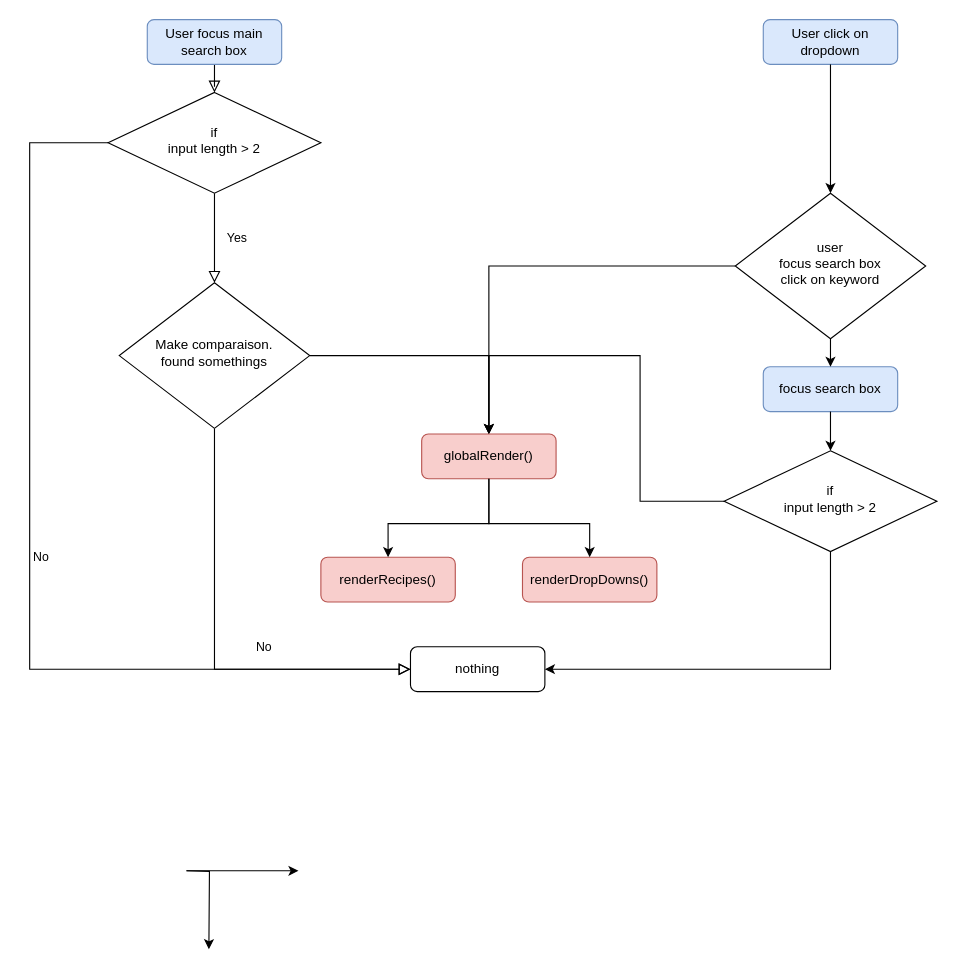
This is Untitled Diagram.drawio from flogus/LesPetitsPlats, a draw.io file, before an edit. Source tidied: cells renumbered, new cells numbered last; positions are measured from the earlier drawing's top-left corner, leaving out a move shared by most shapes. Both pictures are drawn from the tidied source at 112%, with x=0, y=0 at pixel (29, 19).
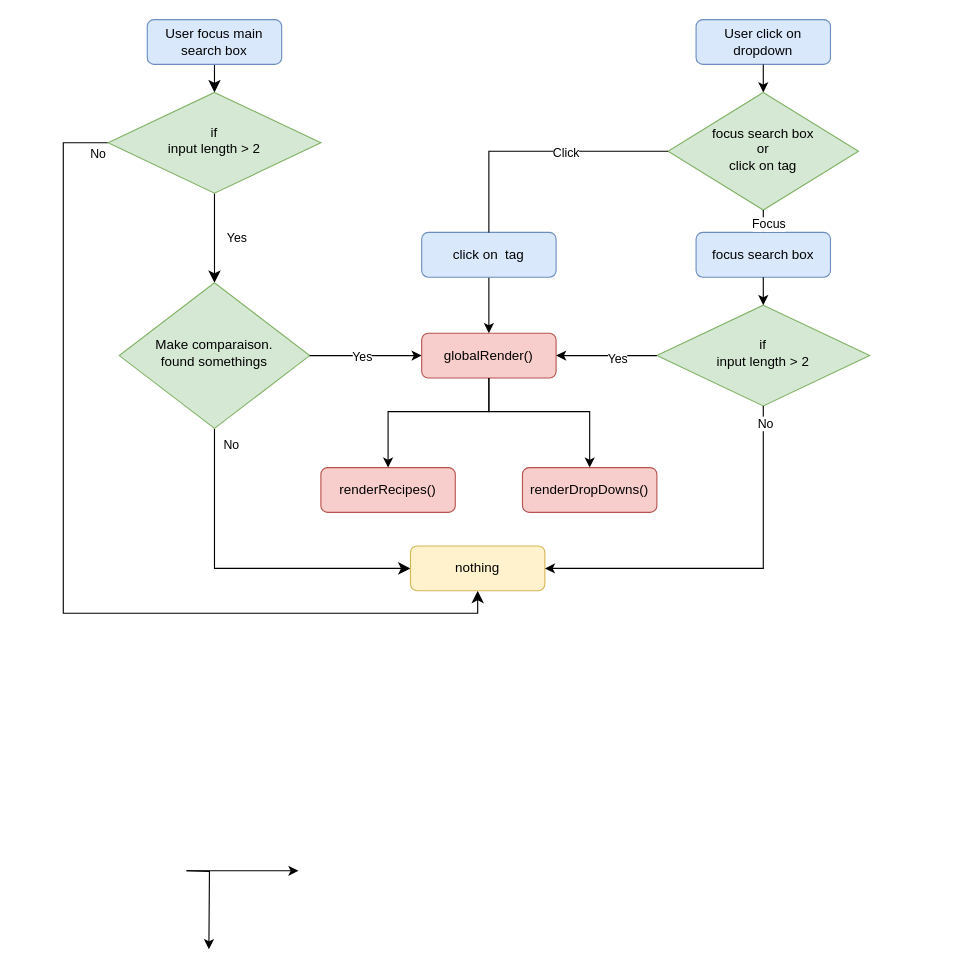
After the change.

Commit message:
Mettre à jour Untitled Diagram.drawio

The change refers to these unchanged cells:
```xml
<mxCell id="3" value="User focus main search box" style="rounded=1;whiteSpace=wrap;html=1;fontSize=12;glass=0;strokeWidth=1;shadow=0;fillColor=#dae8fc;strokeColor=#6c8ebf;" parent="1" vertex="1">
  <mxGeometry x="105" width="120" height="40" as="geometry" />
</mxCell>
<mxCell id="16" style="endArrow=classic;html=1;rounded=0;exitX=0.5;exitY=1;exitDx=0;exitDy=0;" parent="1" edge="1" source="15" target="12">
  <mxGeometry relative="1" as="geometry" />
</mxCell>
<mxCell id="21" style="endArrow=classic;html=1;rounded=0;exitX=0.5;exitY=1;exitDx=0;exitDy=0;entryX=1;entryY=0.5;entryDx=0;entryDy=0;edgeStyle=orthogonalEdgeStyle;" parent="1" edge="1" source="18" target="9">
  <mxGeometry relative="1" as="geometry" />
</mxCell>
```

Diff of the diagram source:
```diff
@@
-    <mxCell id="2" style="rounded=0;html=1;jettySize=auto;fontSize=11;endArrow=block;endFill=0;endSize=8;strokeWidth=1;shadow=0;labelBackgroundColor=none;edgeStyle=orthogonalEdgeStyle;" parent="1" edge="1" source="3" target="6">
+    <mxCell id="2" style="rounded=0;html=1;jettySize=auto;fontSize=11;endArrow=classic;endFill=1;endSize=8;strokeWidth=1;shadow=0;labelBackgroundColor=none;edgeStyle=orthogonalEdgeStyle;" parent="1" edge="1" source="3" target="6">
       <mxGeometry relative="1" as="geometry" />
     </mxCell>
@@
-    <mxCell id="4" value="Yes" style="rounded=0;html=1;jettySize=auto;fontSize=11;endArrow=block;endFill=0;endSize=8;strokeWidth=1;shadow=0;labelBackgroundColor=none;edgeStyle=orthogonalEdgeStyle;" parent="1" edge="1" source="6" target="8">
+    <mxCell id="4" value="Yes" style="rounded=0;html=1;jettySize=auto;fontSize=11;endArrow=classic;endFill=1;endSize=8;strokeWidth=1;shadow=0;labelBackgroundColor=none;edgeStyle=orthogonalEdgeStyle;" parent="1" edge="1" source="6" target="8">
       <mxGeometry y="20" relative="1" as="geometry" />
     </mxCell>
-    <mxCell id="5" value="No" style="edgeStyle=orthogonalEdgeStyle;rounded=0;html=1;jettySize=auto;fontSize=11;endArrow=block;endFill=0;endSize=8;strokeWidth=1;shadow=0;labelBackgroundColor=none;entryX=0;entryY=0.5;entryDx=0;entryDy=0;exitX=0;exitY=0.5;exitDx=0;exitDy=0;" parent="1" edge="1" source="6" target="9">
-      <mxGeometry y="10" relative="1" as="geometry">
+    <mxCell id="5" value="No" style="edgeStyle=orthogonalEdgeStyle;rounded=0;html=1;jettySize=auto;fontSize=11;endArrow=classic;endFill=1;endSize=8;strokeWidth=1;shadow=0;labelBackgroundColor=none;exitX=0;exitY=0.5;exitDx=0;exitDy=0;entryX=0.5;entryY=1;entryDx=0;entryDy=0;" parent="1" edge="1" source="6" target="9">
+      <mxGeometry x="-0.98" y="10" relative="1" as="geometry">
         <Array as="points">
-          <mxPoint y="110" />
-          <mxPoint y="580" />
+          <mxPoint x="30" y="110" />
+          <mxPoint x="30" y="530" />
+          <mxPoint x="400" y="530" />
         </Array>
       </mxGeometry>
     </mxCell>
-    <mxCell id="6" value="if&lt;br&gt;input length &amp;gt; 2" style="rhombus;whiteSpace=wrap;html=1;shadow=0;fontFamily=Helvetica;fontSize=12;align=center;strokeWidth=1;spacing=6;spacingTop=-4;" parent="1" vertex="1">
+    <mxCell id="6" value="if&lt;br&gt;input length &amp;gt; 2" style="rhombus;whiteSpace=wrap;html=1;shadow=0;fontFamily=Helvetica;fontSize=12;align=center;strokeWidth=1;spacing=6;spacingTop=-4;fillColor=#d5e8d4;strokeColor=#82b366;" parent="1" vertex="1">
       <mxGeometry x="70" y="65" width="190" height="90" as="geometry" />
     </mxCell>
-    <mxCell id="7" value="No" style="rounded=0;html=1;jettySize=auto;fontSize=11;endArrow=block;endFill=0;endSize=8;strokeWidth=1;shadow=0;labelBackgroundColor=none;edgeStyle=orthogonalEdgeStyle;exitX=0.5;exitY=1;exitDx=0;exitDy=0;" parent="1" edge="1" source="8" target="9">
-      <mxGeometry x="0.33" y="20" relative="1" as="geometry">
+    <mxCell id="7" value="No" style="rounded=0;html=1;jettySize=auto;fontSize=11;endArrow=classic;endFill=1;endSize=8;strokeWidth=1;shadow=0;labelBackgroundColor=none;edgeStyle=orthogonalEdgeStyle;exitX=0.5;exitY=1;exitDx=0;exitDy=0;entryX=0;entryY=0.5;entryDx=0;entryDy=0;" parent="1" edge="1" source="8" target="9">
+      <mxGeometry x="-0.9" y="15" relative="1" as="geometry">
         <Array as="points">
-          <mxPoint x="165" y="580" />
+          <mxPoint x="165" y="490" />
         </Array>
       </mxGeometry>
     </mxCell>
-    <mxCell id="8" value="Make comparaison.&lt;br&gt;found somethings" style="rhombus;whiteSpace=wrap;html=1;shadow=0;fontFamily=Helvetica;fontSize=12;align=center;strokeWidth=1;spacing=6;spacingTop=-4;" parent="1" vertex="1">
+    <mxCell id="8" value="Make comparaison.&lt;br&gt;found somethings" style="rhombus;whiteSpace=wrap;html=1;shadow=0;fontFamily=Helvetica;fontSize=12;align=center;strokeWidth=1;spacing=6;spacingTop=-4;fillColor=#d5e8d4;strokeColor=#82b366;" parent="1" vertex="1">
       <mxGeometry x="80" y="235" width="170" height="130" as="geometry" />
     </mxCell>
-    <mxCell id="9" value="nothing" style="rounded=1;whiteSpace=wrap;html=1;fontSize=12;glass=0;strokeWidth=1;shadow=0;" parent="1" vertex="1">
-      <mxGeometry x="340" y="560" width="120" height="40" as="geometry" />
+    <mxCell id="9" value="nothing" style="rounded=1;whiteSpace=wrap;html=1;fontSize=12;glass=0;strokeWidth=1;shadow=0;fillColor=#fff2cc;strokeColor=#d6b656;" parent="1" vertex="1">
+      <mxGeometry x="340" y="470" width="120" height="40" as="geometry" />
     </mxCell>
     <mxCell id="10" value="renderRecipes()" style="rounded=1;whiteSpace=wrap;html=1;fontSize=12;glass=0;strokeWidth=1;shadow=0;fillColor=#f8cecc;strokeColor=#b85450;" parent="1" vertex="1">
-      <mxGeometry x="260" y="480" width="120" height="40" as="geometry" />
+      <mxGeometry x="260" y="400" width="120" height="40" as="geometry" />
     </mxCell>
     <mxCell id="11" value="User click on dropdown" style="rounded=1;whiteSpace=wrap;html=1;fontSize=12;glass=0;strokeWidth=1;shadow=0;fillColor=#dae8fc;strokeColor=#6c8ebf;" parent="1" vertex="1">
-      <mxGeometry x="655" width="120" height="40" as="geometry" />
+      <mxGeometry x="595" width="120" height="40" as="geometry" />
     </mxCell>
     <mxCell id="12" value="focus search box" style="rounded=1;whiteSpace=wrap;html=1;fontSize=12;glass=0;strokeWidth=1;shadow=0;fillColor=#dae8fc;strokeColor=#6c8ebf;" parent="1" vertex="1">
-      <mxGeometry x="655" y="310" width="120" height="40" as="geometry" />
+      <mxGeometry x="595" y="190" width="120" height="40" as="geometry" />
     </mxCell>
@@
     <mxCell id="14" value="renderDropDowns()" style="rounded=1;whiteSpace=wrap;html=1;fontSize=12;glass=0;strokeWidth=1;shadow=0;fillColor=#f8cecc;strokeColor=#b85450;" parent="1" vertex="1">
-      <mxGeometry x="440" y="480" width="120" height="40" as="geometry" />
+      <mxGeometry x="440" y="400" width="120" height="40" as="geometry" />
     </mxCell>
-    <mxCell id="15" value="user&lt;br&gt;focus search box&lt;br&gt;click on keyword" style="rhombus;whiteSpace=wrap;html=1;shadow=0;fontFamily=Helvetica;fontSize=12;align=center;strokeWidth=1;spacing=6;spacingTop=-4;" parent="1" vertex="1">
-      <mxGeometry x="630" y="155" width="170" height="130" as="geometry" />
+    <mxCell id="15" value="focus search box&lt;br&gt;or&lt;br&gt;click on tag" style="rhombus;whiteSpace=wrap;html=1;shadow=0;fontFamily=Helvetica;fontSize=12;align=center;strokeWidth=1;spacing=6;spacingTop=-4;fillColor=#d5e8d4;strokeColor=#82b366;" parent="1" vertex="1">
+      <mxGeometry x="570" y="65" width="170" height="105" as="geometry" />
     </mxCell>
@@
+    <mxCell id="28" value="Focus" style="edgeLabel;html=1;align=center;verticalAlign=middle;" parent="16" vertex="1">
+      <mxGeometry x="0.2" y="4" relative="1" as="geometry" />
+    </mxCell>
-    <mxCell id="17" style="endArrow=classic;html=1;rounded=0;exitX=0;exitY=0.5;exitDx=0;exitDy=0;entryX=0.5;entryY=0;entryDx=0;entryDy=0;edgeStyle=orthogonalEdgeStyle;" parent="1" edge="1" source="15" target="24">
+    <mxCell id="17" style="endArrow=classic;html=1;rounded=0;exitX=0.5;exitY=1;exitDx=0;exitDy=0;entryX=0.5;entryY=0;entryDx=0;entryDy=0;edgeStyle=orthogonalEdgeStyle;startArrow=none;" parent="1" edge="1" source="32" target="24">
       <mxGeometry relative="1" as="geometry" />
     </mxCell>
-    <mxCell id="18" value="if&lt;br&gt;input length &amp;gt; 2" style="rhombus;whiteSpace=wrap;html=1;shadow=0;fontFamily=Helvetica;fontSize=12;align=center;strokeWidth=1;spacing=6;spacingTop=-4;" parent="1" vertex="1">
-      <mxGeometry x="620" y="385" width="190" height="90" as="geometry" />
+    <mxCell id="18" value="if&lt;br&gt;input length &amp;gt; 2" style="rhombus;whiteSpace=wrap;html=1;shadow=0;fontFamily=Helvetica;fontSize=12;align=center;strokeWidth=1;spacing=6;spacingTop=-4;fillColor=#d5e8d4;strokeColor=#82b366;" parent="1" vertex="1">
+      <mxGeometry x="560" y="255" width="190" height="90" as="geometry" />
     </mxCell>
@@
-    <mxCell id="20" style="endArrow=classic;html=1;rounded=0;exitX=1;exitY=0.5;exitDx=0;exitDy=0;edgeStyle=orthogonalEdgeStyle;" parent="1" edge="1" source="8" target="24">
+    <mxCell id="20" style="endArrow=classic;html=1;rounded=0;exitX=1;exitY=0.5;exitDx=0;exitDy=0;edgeStyle=orthogonalEdgeStyle;entryX=0;entryY=0.5;entryDx=0;entryDy=0;" parent="1" edge="1" source="8" target="24">
       <mxGeometry relative="1" as="geometry">
         <Array as="points">
-          <mxPoint x="410" y="300" />
+          <mxPoint x="350" y="300" />
         </Array>
       </mxGeometry>
     </mxCell>
+    <mxCell id="29" value="Yes" style="edgeLabel;html=1;align=center;verticalAlign=middle;" parent="20" vertex="1">
+      <mxGeometry x="-0.08" relative="1" as="geometry" />
+    </mxCell>
@@
+    <mxCell id="30" value="No" style="edgeLabel;html=1;align=center;verticalAlign=middle;" parent="21" vertex="1">
+      <mxGeometry x="-0.01" y="2" relative="1" as="geometry">
+        <mxPoint x="24" y="-132" as="offset" />
+      </mxGeometry>
+    </mxCell>
@@
     <mxCell id="24" value="globalRender()" style="rounded=1;whiteSpace=wrap;html=1;fontSize=12;glass=0;strokeWidth=1;shadow=0;fillColor=#f8cecc;strokeColor=#b85450;" parent="1" vertex="1">
-      <mxGeometry x="350" y="370" width="120" height="40" as="geometry" />
+      <mxGeometry x="350" y="280" width="120" height="40" as="geometry" />
     </mxCell>
     <mxCell id="25" style="endArrow=classic;html=1;rounded=0;exitX=0.5;exitY=1;exitDx=0;exitDy=0;edgeStyle=orthogonalEdgeStyle;entryX=0.5;entryY=0;entryDx=0;entryDy=0;" parent="1" edge="1" source="24" target="14">
       <mxGeometry relative="1" as="geometry">
         <Array as="points">
-          <mxPoint x="410" y="450" />
-          <mxPoint x="500" y="450" />
+          <mxPoint x="410" y="350" />
+          <mxPoint x="500" y="350" />
         </Array>
       </mxGeometry>
     </mxCell>
     <mxCell id="26" style="endArrow=classic;html=1;rounded=0;exitX=0.5;exitY=1;exitDx=0;exitDy=0;edgeStyle=orthogonalEdgeStyle;entryX=0.5;entryY=0;entryDx=0;entryDy=0;" parent="1" edge="1" source="24" target="10">
       <mxGeometry relative="1" as="geometry">
         <Array as="points">
-          <mxPoint x="410" y="450" />
-          <mxPoint x="320" y="450" />
+          <mxPoint x="410" y="350" />
+          <mxPoint x="320" y="350" />
         </Array>
       </mxGeometry>
     </mxCell>
-    <mxCell id="27" style="endArrow=classic;html=1;rounded=0;entryX=0.5;entryY=0;entryDx=0;entryDy=0;edgeStyle=orthogonalEdgeStyle;" parent="1" edge="1" source="18" target="24">
-      <mxGeometry relative="1" as="geometry">
-        <Array as="points">
-          <mxPoint x="545" y="430" />
-          <mxPoint x="545" y="300" />
-          <mxPoint x="410" y="300" />
-        </Array>
-      </mxGeometry>
+    <mxCell id="27" style="endArrow=classic;html=1;rounded=0;entryX=1;entryY=0.5;entryDx=0;entryDy=0;edgeStyle=orthogonalEdgeStyle;exitX=0;exitY=0.5;exitDx=0;exitDy=0;" parent="1" edge="1" source="18" target="24">
+      <mxGeometry relative="1" as="geometry" />
     </mxCell>
+    <mxCell id="31" value="Yes" style="edgeLabel;html=1;align=center;verticalAlign=middle;" parent="27" vertex="1">
+      <mxGeometry x="-0.2" y="2" relative="1" as="geometry" />
+    </mxCell>
+    <mxCell id="32" value="click on &amp;nbsp;tag" style="rounded=1;whiteSpace=wrap;html=1;fontSize=12;glass=0;strokeWidth=1;shadow=0;fillColor=#dae8fc;strokeColor=#6c8ebf;" parent="1" vertex="1">
+      <mxGeometry x="350" y="190" width="120" height="40" as="geometry" />
+    </mxCell>
+    <mxCell id="33" style="endArrow=none;html=1;rounded=0;exitX=0;exitY=0.5;exitDx=0;exitDy=0;entryX=0.5;entryY=0;entryDx=0;entryDy=0;edgeStyle=orthogonalEdgeStyle;" parent="1" edge="1" source="15" target="32">
+      <mxGeometry relative="1" as="geometry" />
+    </mxCell>
+    <mxCell id="34" value="Click" style="edgeLabel;html=1;align=center;verticalAlign=middle;" parent="33" vertex="1">
+      <mxGeometry x="-0.21" y="1" relative="1" as="geometry" />
+    </mxCell>
```
